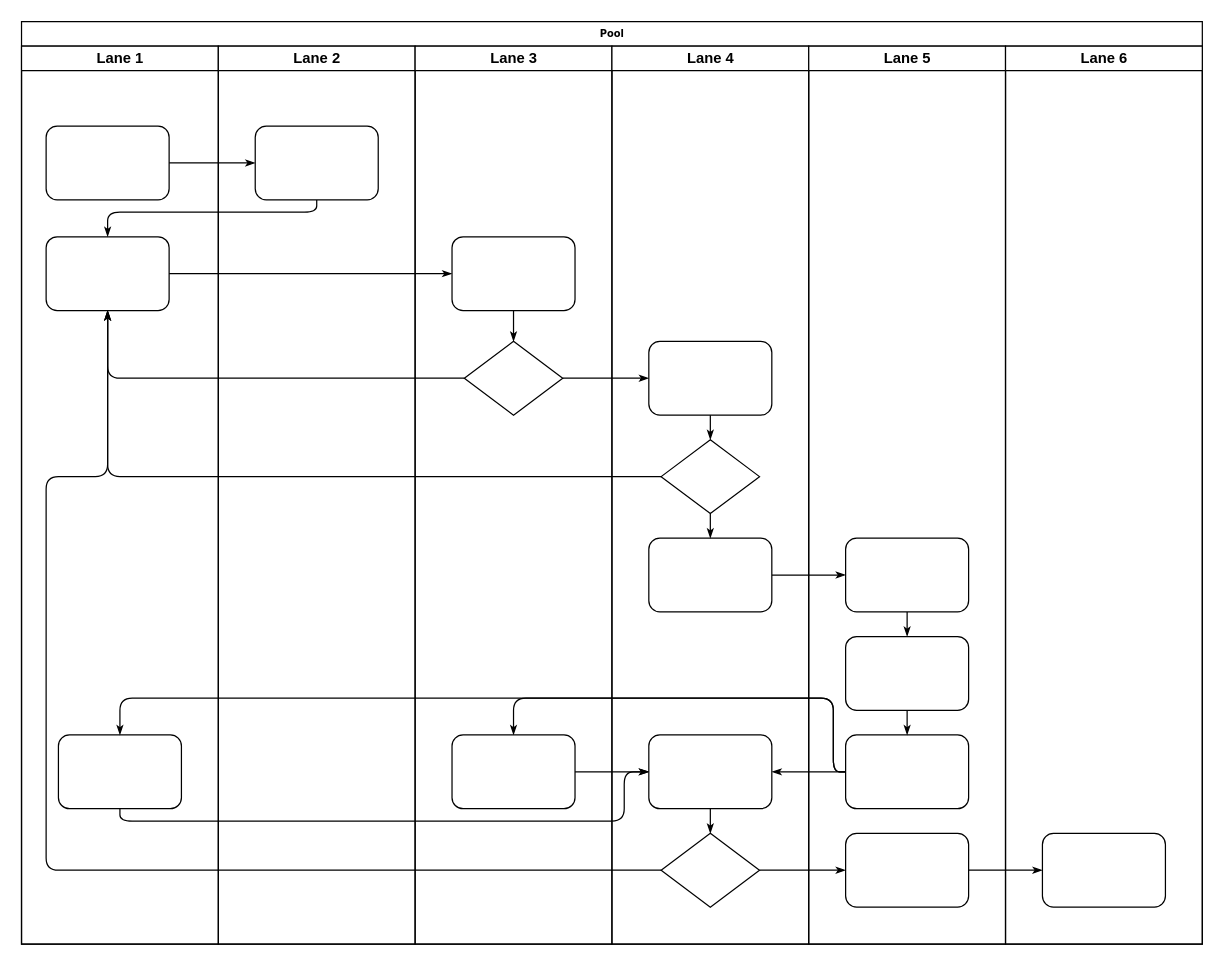
FabioHenrique023/diagramas keeps this draw.io diagram as painel.drawio. Above is the earlier version. Source tidied: cells renumbered, new cells numbered last; positions are measured from the earlier drawing's top-left corner, leaving out a move shared by most shapes. Both pictures are drawn from the tidied source at 123%, with x=0, y=0 at pixel (21, 21).
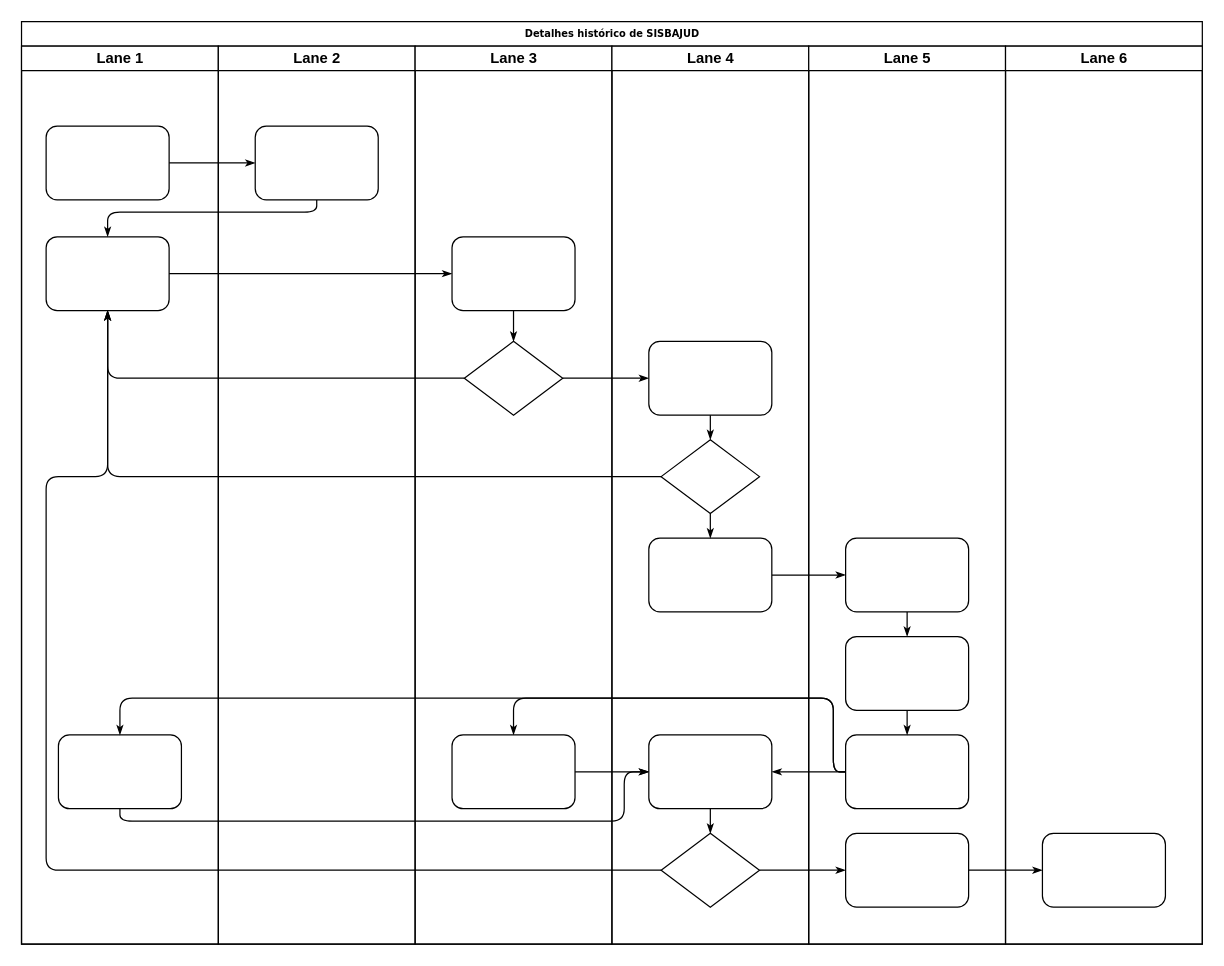
The same page after the edit.

The edit, as a diff of the source:
```diff
@@
-    <mxCell id="2" value="Pool" style="swimlane;html=1;startSize=20;rounded=0;shadow=0;labelBackgroundColor=none;strokeWidth=1;fontFamily=Verdana;fontSize=8;align=center;" parent="1" vertex="1">
+    <mxCell id="2" value="Detalhes histórico de SISBAJUD" style="swimlane;html=1;startSize=20;rounded=0;shadow=0;labelBackgroundColor=none;strokeWidth=1;fontFamily=Verdana;fontSize=8;align=center;" parent="1" vertex="1">
       <mxGeometry width="960" height="750" as="geometry" />
     </mxCell>
```
